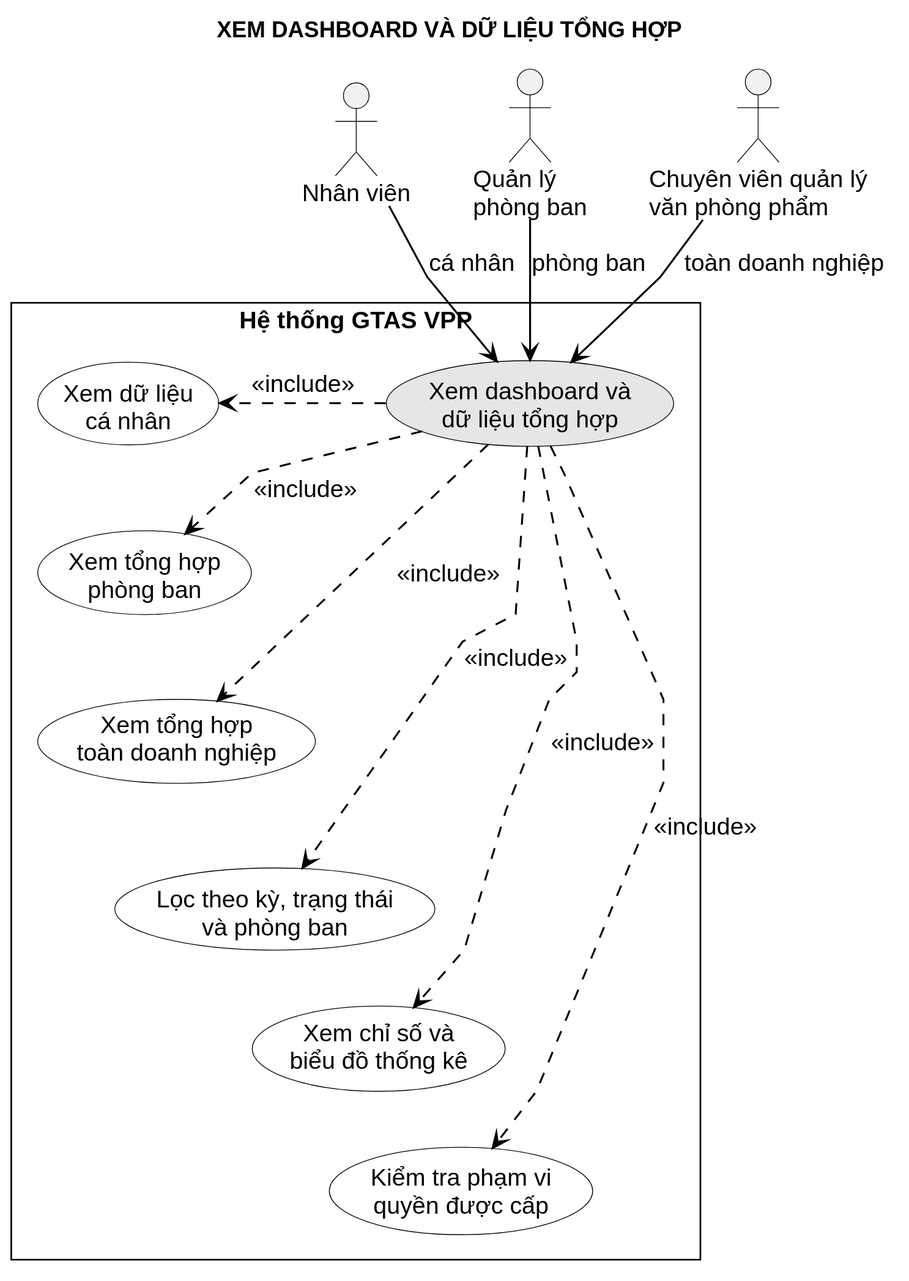
Earlier version of the PlantUML export LVTN/diagrams/ch03/use-case-dashboard-summary.svg (Miikey24s/gtas_vpp).
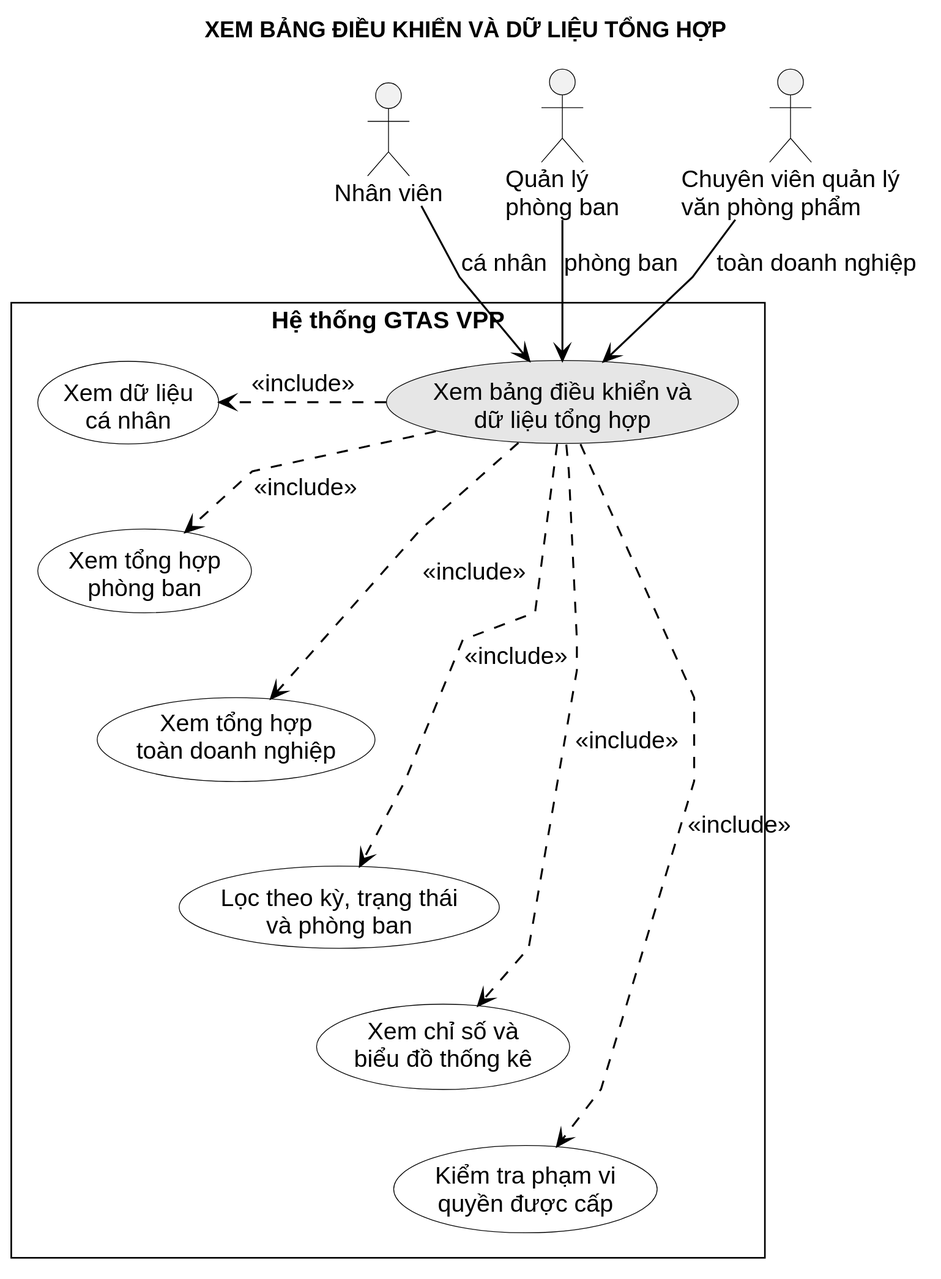
The same diagram one commit later.

The edit, as a diff of the source:
```diff
@@ -1,13 +1,13 @@
 @startuml
 !include ../common/usecase-style.puml
-title XEM DASHBOARD VÀ DỮ LIỆU TỔNG HỢP
+title XEM BẢNG ĐIỀU KHIỂN VÀ DỮ LIỆU TỔNG HỢP
 
 actor "Nhân viên" as Employee
 actor "Quản lý\nphòng ban" as Manager
 actor "Chuyên viên quản lý\nvăn phòng phẩm" as Procurement
 
 rectangle "Hệ thống GTAS VPP" {
-  usecase "Xem dashboard và\ndữ liệu tổng hợp" as Summary #E6E6E6
+  usecase "Xem bảng điều khiển và\ndữ liệu tổng hợp" as Summary #E6E6E6
   usecase "Xem dữ liệu\ncá nhân" as Personal
   usecase "Xem tổng hợp\nphòng ban" as Department
   usecase "Xem tổng hợp\ntoàn doanh nghiệp" as Company
```
